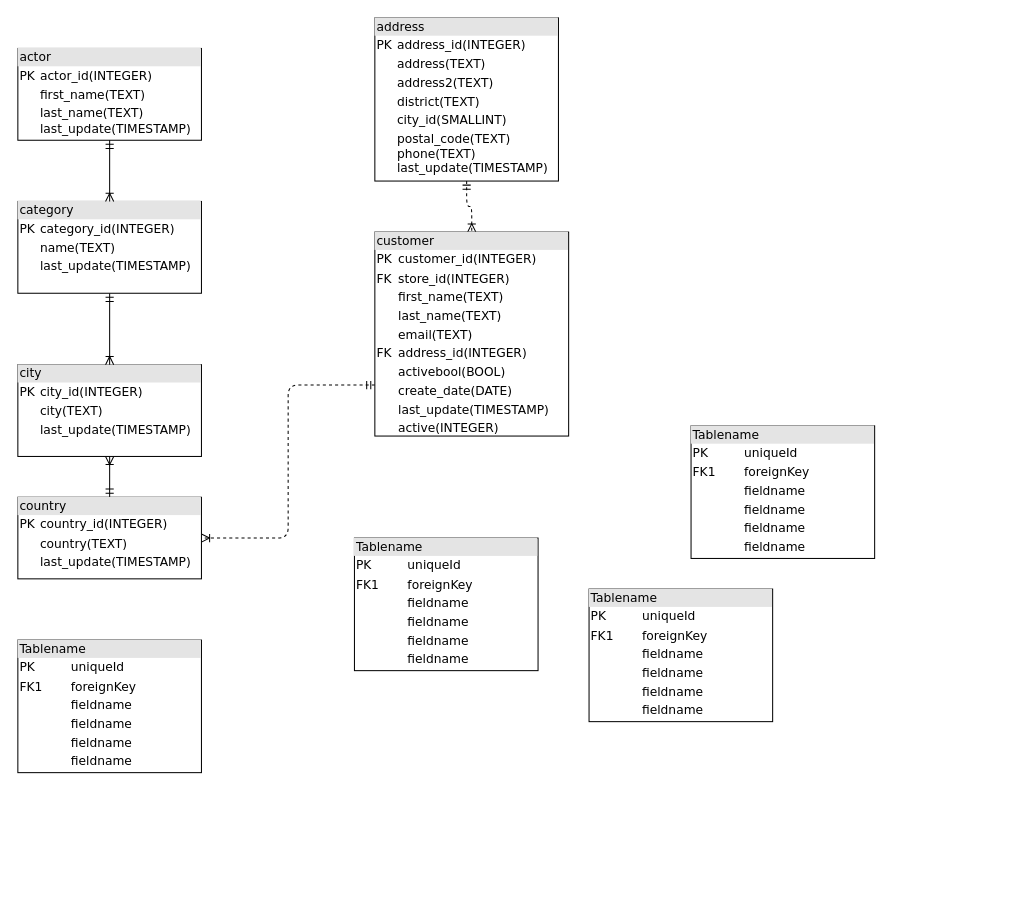
Earlier version of the draw.io diagram Untitled Diagram.drawio (nummy/blog). Source tidied: cells renumbered, new cells numbered last; positions are measured from the earlier drawing's top-left corner, leaving out a move shared by most shapes. Both pictures are drawn from the tidied source at 102%, with x=0, y=0 at pixel (17, 17).
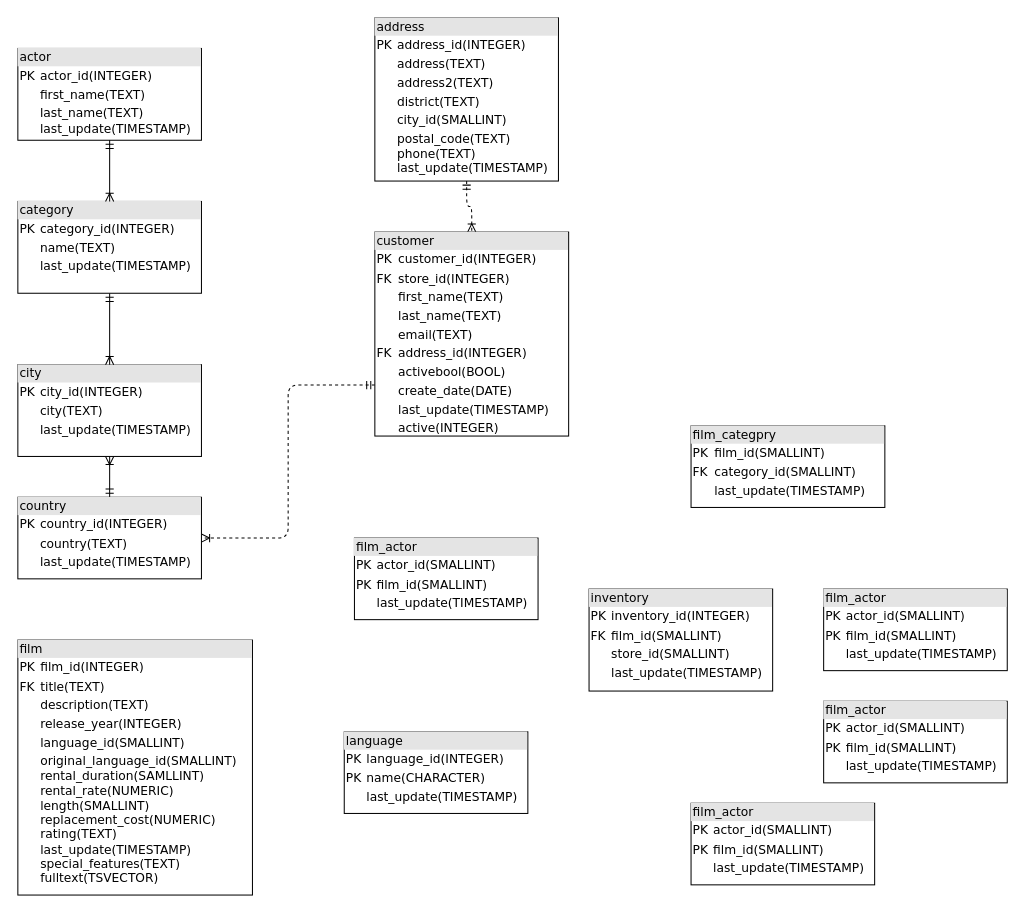
The same diagram, later.

What changed in the source:
```diff
@@
-    <mxCell id="12" value="&lt;div style=&quot;box-sizing: border-box ; width: 100% ; background: #e4e4e4 ; padding: 2px&quot;&gt;Tablename&lt;/div&gt;&lt;table style=&quot;width: 100% ; font-size: 1em&quot; cellpadding=&quot;2&quot; cellspacing=&quot;0&quot;&gt;&lt;tbody&gt;&lt;tr&gt;&lt;td&gt;PK&lt;/td&gt;&lt;td&gt;uniqueId&lt;/td&gt;&lt;/tr&gt;&lt;tr&gt;&lt;td&gt;FK1&lt;/td&gt;&lt;td&gt;foreignKey&lt;/td&gt;&lt;/tr&gt;&lt;tr&gt;&lt;td&gt;&lt;/td&gt;&lt;td&gt;fieldname&lt;/td&gt;&lt;/tr&gt;&lt;tr&gt;&lt;td&gt;&lt;br&gt;&lt;/td&gt;&lt;td&gt;fieldname&lt;br&gt;&lt;/td&gt;&lt;/tr&gt;&lt;tr&gt;&lt;td&gt;&lt;br&gt;&lt;/td&gt;&lt;td&gt;fieldname&lt;br&gt;&lt;/td&gt;&lt;/tr&gt;&lt;tr&gt;&lt;td&gt;&lt;br&gt;&lt;/td&gt;&lt;td&gt;fieldname&lt;br&gt;&lt;/td&gt;&lt;/tr&gt;&lt;/tbody&gt;&lt;/table&gt;" style="verticalAlign=top;align=left;overflow=fill;html=1;rounded=0;shadow=0;comic=0;labelBackgroundColor=none;strokeWidth=1;fontFamily=Verdana;fontSize=12;" parent="1" vertex="1">
-      <mxGeometry y="610" width="180" height="130" as="geometry" />
+    <mxCell id="12" value="&lt;div style=&quot;box-sizing: border-box ; width: 100% ; background: #e4e4e4 ; padding: 2px&quot;&gt;film&lt;/div&gt;&lt;table style=&quot;width: 100% ; font-size: 1em&quot; cellpadding=&quot;2&quot; cellspacing=&quot;0&quot;&gt;&lt;tbody&gt;&lt;tr&gt;&lt;td&gt;PK&lt;/td&gt;&lt;td&gt;film_id(INTEGER)&lt;/td&gt;&lt;/tr&gt;&lt;tr&gt;&lt;td&gt;FK&lt;/td&gt;&lt;td&gt;title(TEXT)&lt;/td&gt;&lt;/tr&gt;&lt;tr&gt;&lt;td&gt;&lt;/td&gt;&lt;td&gt;description(TEXT)&lt;/td&gt;&lt;/tr&gt;&lt;tr&gt;&lt;td&gt;&lt;br&gt;&lt;/td&gt;&lt;td&gt;release_year(INTEGER)&lt;/td&gt;&lt;/tr&gt;&lt;tr&gt;&lt;td&gt;&lt;br&gt;&lt;/td&gt;&lt;td&gt;language_id(SMALLINT)&lt;br&gt;&lt;/td&gt;&lt;/tr&gt;&lt;tr&gt;&lt;td&gt;&lt;br&gt;&lt;/td&gt;&lt;td&gt;original_language_id(SMALLINT)&lt;br&gt;rental_duration(SAMLLINT)&lt;br&gt;rental_rate(NUMERIC)&lt;br&gt;length(SMALLINT)&lt;br&gt;replacement_cost(NUMERIC)&lt;br&gt;rating(TEXT)&lt;br&gt;last_update(TIMESTAMP)&lt;br&gt;special_features(TEXT)&lt;br&gt;fulltext(TSVECTOR)&lt;/td&gt;&lt;/tr&gt;&lt;/tbody&gt;&lt;/table&gt;" style="verticalAlign=top;align=left;overflow=fill;html=1;rounded=0;shadow=0;comic=0;labelBackgroundColor=none;strokeWidth=1;fontFamily=Verdana;fontSize=12;" parent="1" vertex="1">
+      <mxGeometry y="610" width="230" height="250" as="geometry" />
     </mxCell>
@@
-    <mxCell id="14" value="&lt;div style=&quot;box-sizing: border-box ; width: 100% ; background: #e4e4e4 ; padding: 2px&quot;&gt;Tablename&lt;/div&gt;&lt;table style=&quot;width: 100% ; font-size: 1em&quot; cellpadding=&quot;2&quot; cellspacing=&quot;0&quot;&gt;&lt;tbody&gt;&lt;tr&gt;&lt;td&gt;PK&lt;/td&gt;&lt;td&gt;uniqueId&lt;/td&gt;&lt;/tr&gt;&lt;tr&gt;&lt;td&gt;FK1&lt;/td&gt;&lt;td&gt;foreignKey&lt;/td&gt;&lt;/tr&gt;&lt;tr&gt;&lt;td&gt;&lt;/td&gt;&lt;td&gt;fieldname&lt;/td&gt;&lt;/tr&gt;&lt;tr&gt;&lt;td&gt;&lt;br&gt;&lt;/td&gt;&lt;td&gt;fieldname&lt;br&gt;&lt;/td&gt;&lt;/tr&gt;&lt;tr&gt;&lt;td&gt;&lt;br&gt;&lt;/td&gt;&lt;td&gt;fieldname&lt;br&gt;&lt;/td&gt;&lt;/tr&gt;&lt;tr&gt;&lt;td&gt;&lt;br&gt;&lt;/td&gt;&lt;td&gt;fieldname&lt;br&gt;&lt;/td&gt;&lt;/tr&gt;&lt;/tbody&gt;&lt;/table&gt;" style="verticalAlign=top;align=left;overflow=fill;html=1;rounded=0;shadow=0;comic=0;labelBackgroundColor=none;strokeWidth=1;fontFamily=Verdana;fontSize=12;" parent="1" vertex="1">
-      <mxGeometry x="660" y="400" width="180" height="130" as="geometry" />
+    <mxCell id="14" value="&lt;div style=&quot;box-sizing: border-box ; width: 100% ; background: #e4e4e4 ; padding: 2px&quot;&gt;film_categpry&lt;/div&gt;&lt;table style=&quot;width: 100% ; font-size: 1em&quot; cellpadding=&quot;2&quot; cellspacing=&quot;0&quot;&gt;&lt;tbody&gt;&lt;tr&gt;&lt;td&gt;PK&lt;/td&gt;&lt;td&gt;film_id(SMALLINT)&lt;/td&gt;&lt;/tr&gt;&lt;tr&gt;&lt;td&gt;FK&lt;/td&gt;&lt;td&gt;category_id(SMALLINT)&lt;/td&gt;&lt;/tr&gt;&lt;tr&gt;&lt;td&gt;&lt;/td&gt;&lt;td&gt;last_update(TIMESTAMP)&lt;/td&gt;&lt;/tr&gt;&lt;tr&gt;&lt;td&gt;&lt;/td&gt;&lt;td&gt;&lt;/td&gt;&lt;/tr&gt;&lt;/tbody&gt;&lt;/table&gt;" style="verticalAlign=top;align=left;overflow=fill;html=1;rounded=0;shadow=0;comic=0;labelBackgroundColor=none;strokeWidth=1;fontFamily=Verdana;fontSize=12;" parent="1" vertex="1">
+      <mxGeometry x="660" y="400" width="190" height="80" as="geometry" />
     </mxCell>
-    <mxCell id="15" value="&lt;div style=&quot;box-sizing: border-box ; width: 100% ; background: #e4e4e4 ; padding: 2px&quot;&gt;Tablename&lt;/div&gt;&lt;table style=&quot;width: 100% ; font-size: 1em&quot; cellpadding=&quot;2&quot; cellspacing=&quot;0&quot;&gt;&lt;tbody&gt;&lt;tr&gt;&lt;td&gt;PK&lt;/td&gt;&lt;td&gt;uniqueId&lt;/td&gt;&lt;/tr&gt;&lt;tr&gt;&lt;td&gt;FK1&lt;/td&gt;&lt;td&gt;foreignKey&lt;/td&gt;&lt;/tr&gt;&lt;tr&gt;&lt;td&gt;&lt;/td&gt;&lt;td&gt;fieldname&lt;/td&gt;&lt;/tr&gt;&lt;tr&gt;&lt;td&gt;&lt;br&gt;&lt;/td&gt;&lt;td&gt;fieldname&lt;br&gt;&lt;/td&gt;&lt;/tr&gt;&lt;tr&gt;&lt;td&gt;&lt;br&gt;&lt;/td&gt;&lt;td&gt;fieldname&lt;br&gt;&lt;/td&gt;&lt;/tr&gt;&lt;tr&gt;&lt;td&gt;&lt;br&gt;&lt;/td&gt;&lt;td&gt;fieldname&lt;br&gt;&lt;/td&gt;&lt;/tr&gt;&lt;/tbody&gt;&lt;/table&gt;" style="verticalAlign=top;align=left;overflow=fill;html=1;rounded=0;shadow=0;comic=0;labelBackgroundColor=none;strokeWidth=1;fontFamily=Verdana;fontSize=12;" parent="1" vertex="1">
-      <mxGeometry x="330" y="510" width="180" height="130" as="geometry" />
+    <mxCell id="15" value="&lt;div style=&quot;box-sizing: border-box ; width: 100% ; background: #e4e4e4 ; padding: 2px&quot;&gt;film_actor&lt;/div&gt;&lt;table style=&quot;width: 100% ; font-size: 1em&quot; cellpadding=&quot;2&quot; cellspacing=&quot;0&quot;&gt;&lt;tbody&gt;&lt;tr&gt;&lt;td&gt;PK&lt;/td&gt;&lt;td&gt;actor_id(SMALLINT)&lt;/td&gt;&lt;/tr&gt;&lt;tr&gt;&lt;td&gt;PK&lt;/td&gt;&lt;td&gt;film_id(SMALLINT)&lt;/td&gt;&lt;/tr&gt;&lt;tr&gt;&lt;td&gt;&lt;/td&gt;&lt;td&gt;last_update(TIMESTAMP)&lt;/td&gt;&lt;/tr&gt;&lt;tr&gt;&lt;td&gt;&lt;/td&gt;&lt;td&gt;&lt;/td&gt;&lt;/tr&gt;&lt;/tbody&gt;&lt;/table&gt;" style="verticalAlign=top;align=left;overflow=fill;html=1;rounded=0;shadow=0;comic=0;labelBackgroundColor=none;strokeWidth=1;fontFamily=Verdana;fontSize=12;" parent="1" vertex="1">
+      <mxGeometry x="330" y="510" width="180" height="80" as="geometry" />
     </mxCell>
-    <mxCell id="16" value="&lt;div style=&quot;box-sizing: border-box ; width: 100% ; background: #e4e4e4 ; padding: 2px&quot;&gt;Tablename&lt;/div&gt;&lt;table style=&quot;width: 100% ; font-size: 1em&quot; cellpadding=&quot;2&quot; cellspacing=&quot;0&quot;&gt;&lt;tbody&gt;&lt;tr&gt;&lt;td&gt;PK&lt;/td&gt;&lt;td&gt;uniqueId&lt;/td&gt;&lt;/tr&gt;&lt;tr&gt;&lt;td&gt;FK1&lt;/td&gt;&lt;td&gt;foreignKey&lt;/td&gt;&lt;/tr&gt;&lt;tr&gt;&lt;td&gt;&lt;/td&gt;&lt;td&gt;fieldname&lt;/td&gt;&lt;/tr&gt;&lt;tr&gt;&lt;td&gt;&lt;br&gt;&lt;/td&gt;&lt;td&gt;fieldname&lt;br&gt;&lt;/td&gt;&lt;/tr&gt;&lt;tr&gt;&lt;td&gt;&lt;br&gt;&lt;/td&gt;&lt;td&gt;fieldname&lt;br&gt;&lt;/td&gt;&lt;/tr&gt;&lt;tr&gt;&lt;td&gt;&lt;br&gt;&lt;/td&gt;&lt;td&gt;fieldname&lt;br&gt;&lt;/td&gt;&lt;/tr&gt;&lt;/tbody&gt;&lt;/table&gt;" style="verticalAlign=top;align=left;overflow=fill;html=1;rounded=0;shadow=0;comic=0;labelBackgroundColor=none;strokeWidth=1;fontFamily=Verdana;fontSize=12;" parent="1" vertex="1">
-      <mxGeometry x="560" y="560" width="180" height="130" as="geometry" />
+    <mxCell id="16" value="&lt;div style=&quot;box-sizing: border-box ; width: 100% ; background: #e4e4e4 ; padding: 2px&quot;&gt;inventory&lt;/div&gt;&lt;table style=&quot;width: 100% ; font-size: 1em&quot; cellpadding=&quot;2&quot; cellspacing=&quot;0&quot;&gt;&lt;tbody&gt;&lt;tr&gt;&lt;td&gt;PK&lt;/td&gt;&lt;td&gt;inventory_id(INTEGER)&lt;/td&gt;&lt;/tr&gt;&lt;tr&gt;&lt;td&gt;FK&lt;/td&gt;&lt;td&gt;film_id(SMALLINT)&lt;/td&gt;&lt;/tr&gt;&lt;tr&gt;&lt;td&gt;&lt;/td&gt;&lt;td&gt;store_id(SMALLINT)&lt;/td&gt;&lt;/tr&gt;&lt;tr&gt;&lt;td&gt;&lt;br&gt;&lt;/td&gt;&lt;td&gt;last_update(TIMESTAMP)&lt;/td&gt;&lt;/tr&gt;&lt;tr&gt;&lt;td&gt;&lt;/td&gt;&lt;td&gt;&lt;/td&gt;&lt;/tr&gt;&lt;/tbody&gt;&lt;/table&gt;" style="verticalAlign=top;align=left;overflow=fill;html=1;rounded=0;shadow=0;comic=0;labelBackgroundColor=none;strokeWidth=1;fontFamily=Verdana;fontSize=12;" parent="1" vertex="1">
+      <mxGeometry x="560" y="560" width="180" height="100" as="geometry" />
     </mxCell>
+    <mxCell id="17" value="&lt;div style=&quot;box-sizing: border-box ; width: 100% ; background: #e4e4e4 ; padding: 2px&quot;&gt;film_actor&lt;/div&gt;&lt;table style=&quot;width: 100% ; font-size: 1em&quot; cellpadding=&quot;2&quot; cellspacing=&quot;0&quot;&gt;&lt;tbody&gt;&lt;tr&gt;&lt;td&gt;PK&lt;/td&gt;&lt;td&gt;actor_id(SMALLINT)&lt;/td&gt;&lt;/tr&gt;&lt;tr&gt;&lt;td&gt;PK&lt;/td&gt;&lt;td&gt;film_id(SMALLINT)&lt;/td&gt;&lt;/tr&gt;&lt;tr&gt;&lt;td&gt;&lt;/td&gt;&lt;td&gt;last_update(TIMESTAMP)&lt;/td&gt;&lt;/tr&gt;&lt;tr&gt;&lt;td&gt;&lt;/td&gt;&lt;td&gt;&lt;/td&gt;&lt;/tr&gt;&lt;/tbody&gt;&lt;/table&gt;" style="verticalAlign=top;align=left;overflow=fill;html=1;rounded=0;shadow=0;comic=0;labelBackgroundColor=none;strokeWidth=1;fontFamily=Verdana;fontSize=12;" parent="1" vertex="1">
+      <mxGeometry x="790" y="670" width="180" height="80" as="geometry" />
+    </mxCell>
+    <mxCell id="18" value="&lt;div style=&quot;box-sizing: border-box ; width: 100% ; background: #e4e4e4 ; padding: 2px&quot;&gt;film_actor&lt;/div&gt;&lt;table style=&quot;width: 100% ; font-size: 1em&quot; cellpadding=&quot;2&quot; cellspacing=&quot;0&quot;&gt;&lt;tbody&gt;&lt;tr&gt;&lt;td&gt;PK&lt;/td&gt;&lt;td&gt;actor_id(SMALLINT)&lt;/td&gt;&lt;/tr&gt;&lt;tr&gt;&lt;td&gt;PK&lt;/td&gt;&lt;td&gt;film_id(SMALLINT)&lt;/td&gt;&lt;/tr&gt;&lt;tr&gt;&lt;td&gt;&lt;/td&gt;&lt;td&gt;last_update(TIMESTAMP)&lt;/td&gt;&lt;/tr&gt;&lt;tr&gt;&lt;td&gt;&lt;/td&gt;&lt;td&gt;&lt;/td&gt;&lt;/tr&gt;&lt;/tbody&gt;&lt;/table&gt;" style="verticalAlign=top;align=left;overflow=fill;html=1;rounded=0;shadow=0;comic=0;labelBackgroundColor=none;strokeWidth=1;fontFamily=Verdana;fontSize=12;" parent="1" vertex="1">
+      <mxGeometry x="790" y="560" width="180" height="80" as="geometry" />
+    </mxCell>
+    <mxCell id="19" value="&lt;div style=&quot;box-sizing: border-box ; width: 100% ; background: #e4e4e4 ; padding: 2px&quot;&gt;film_actor&lt;/div&gt;&lt;table style=&quot;width: 100% ; font-size: 1em&quot; cellpadding=&quot;2&quot; cellspacing=&quot;0&quot;&gt;&lt;tbody&gt;&lt;tr&gt;&lt;td&gt;PK&lt;/td&gt;&lt;td&gt;actor_id(SMALLINT)&lt;/td&gt;&lt;/tr&gt;&lt;tr&gt;&lt;td&gt;PK&lt;/td&gt;&lt;td&gt;film_id(SMALLINT)&lt;/td&gt;&lt;/tr&gt;&lt;tr&gt;&lt;td&gt;&lt;/td&gt;&lt;td&gt;last_update(TIMESTAMP)&lt;/td&gt;&lt;/tr&gt;&lt;tr&gt;&lt;td&gt;&lt;/td&gt;&lt;td&gt;&lt;/td&gt;&lt;/tr&gt;&lt;/tbody&gt;&lt;/table&gt;" style="verticalAlign=top;align=left;overflow=fill;html=1;rounded=0;shadow=0;comic=0;labelBackgroundColor=none;strokeWidth=1;fontFamily=Verdana;fontSize=12;" parent="1" vertex="1">
+      <mxGeometry x="660" y="770" width="180" height="80" as="geometry" />
+    </mxCell>
+    <mxCell id="20" value="&lt;div style=&quot;box-sizing: border-box ; width: 100% ; background: #e4e4e4 ; padding: 2px&quot;&gt;language&lt;/div&gt;&lt;table style=&quot;width: 100% ; font-size: 1em&quot; cellpadding=&quot;2&quot; cellspacing=&quot;0&quot;&gt;&lt;tbody&gt;&lt;tr&gt;&lt;td&gt;PK&lt;/td&gt;&lt;td&gt;language_id(INTEGER)&lt;/td&gt;&lt;/tr&gt;&lt;tr&gt;&lt;td&gt;PK&lt;/td&gt;&lt;td&gt;name(CHARACTER)&lt;/td&gt;&lt;/tr&gt;&lt;tr&gt;&lt;td&gt;&lt;/td&gt;&lt;td&gt;last_update(TIMESTAMP)&lt;/td&gt;&lt;/tr&gt;&lt;tr&gt;&lt;td&gt;&lt;/td&gt;&lt;td&gt;&lt;/td&gt;&lt;/tr&gt;&lt;/tbody&gt;&lt;/table&gt;" style="verticalAlign=top;align=left;overflow=fill;html=1;rounded=0;shadow=0;comic=0;labelBackgroundColor=none;strokeWidth=1;fontFamily=Verdana;fontSize=12;" parent="1" vertex="1">
+      <mxGeometry x="320" y="700" width="180" height="80" as="geometry" />
+    </mxCell>
```
